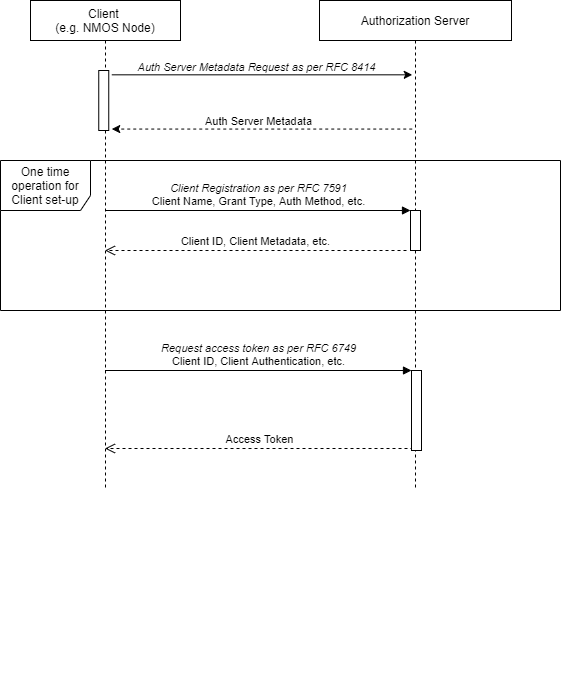
jonathan-r-thorpe/nmos-authorization-implementers-guide keeps this draw.io diagram as docs/images/client_credentials_flow.png. Above is the earlier version. Source tidied: cells renumbered, new cells last; positions are measured from the earlier drawing's top-left corner, leaving out a move shared by most shapes.
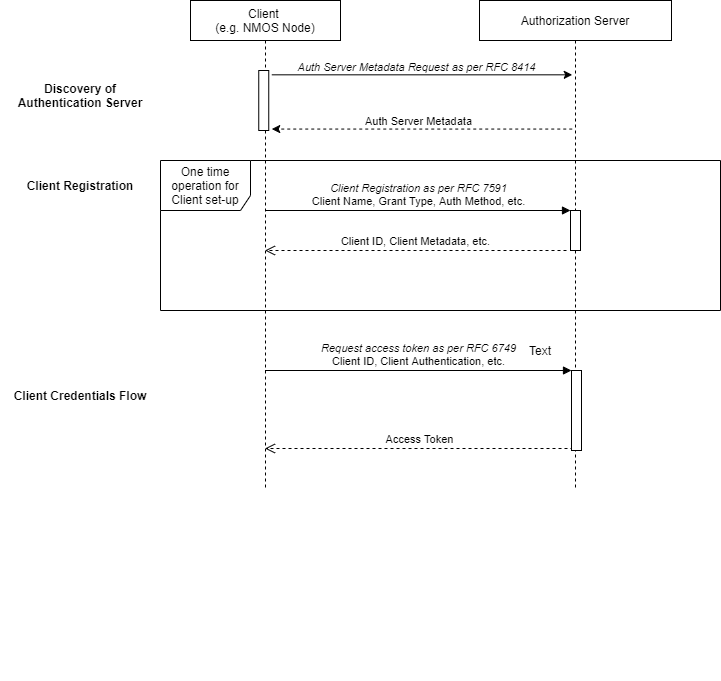
After the change.

What changed in the source:
```diff
@@ -57,5 +57,17 @@
     <mxCell id="16" style="html=1;points=[];perimeter=orthogonalPerimeter;" parent="14" vertex="1">
       <mxGeometry x="68.2" y="70" width="10" height="60" as="geometry" />
     </mxCell>
+    <mxCell id="17" value="Text" style="text;html=1;strokeColor=none;fillColor=none;align=center;verticalAlign=middle;whiteSpace=wrap;rounded=0;" parent="1" vertex="1">
+      <mxGeometry x="360" y="340" width="40" height="20" as="geometry" />
+    </mxCell>
+    <mxCell id="18" value="&lt;b&gt;Discovery of Authentication Server&lt;/b&gt;" style="text;html=1;strokeColor=none;fillColor=none;align=center;verticalAlign=middle;whiteSpace=wrap;rounded=0;" parent="1" vertex="1">
+      <mxGeometry x="-160" y="70" width="160" height="50" as="geometry" />
+    </mxCell>
+    <mxCell id="19" value="&lt;b&gt;Client Registration&lt;/b&gt;" style="text;html=1;strokeColor=none;fillColor=none;align=center;verticalAlign=middle;whiteSpace=wrap;rounded=0;" parent="1" vertex="1">
+      <mxGeometry x="-160" y="160" width="160" height="50" as="geometry" />
+    </mxCell>
+    <mxCell id="20" value="&lt;b&gt;Client Credentials Flow&lt;/b&gt;" style="text;html=1;strokeColor=none;fillColor=none;align=center;verticalAlign=middle;whiteSpace=wrap;rounded=0;" parent="1" vertex="1">
+      <mxGeometry x="-160" y="370" width="160" height="50" as="geometry" />
+    </mxCell>
   </root>
 </mxGraphModel>
```
